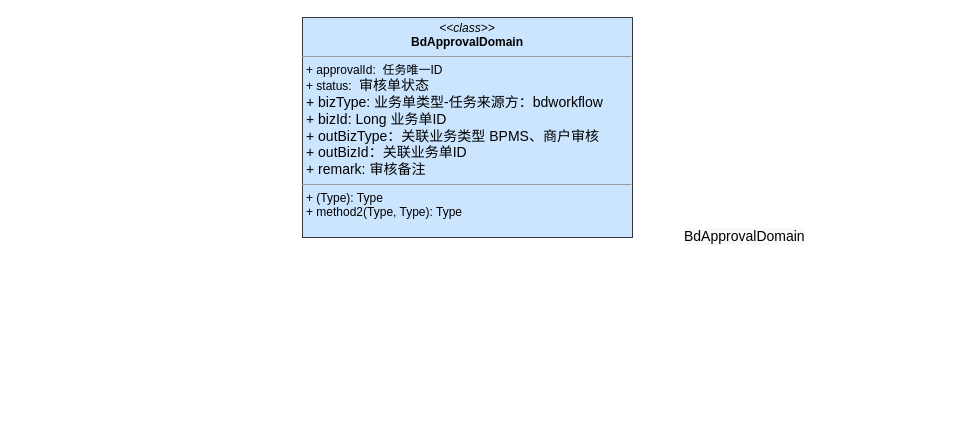
The draw.io diagram page "审批任务模型" (4 of 5) of 阶梯爆红包架构方案.drawio in jon-kong/draw.io, before the edit. Source tidied: cells renumbered, new cells numbered last; positions are measured from the earlier drawing's top-left corner, leaving out a move shared by most shapes. Both pictures are drawn from the tidied source at 100%, with x=0, y=0 at pixel (302, 17).
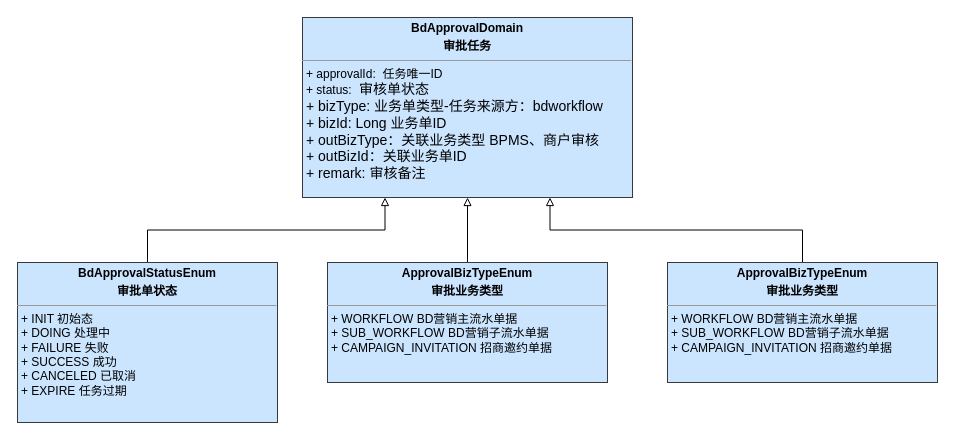
After the change.

Change to the diagram source:
```diff
@@
 <mxGraphModel>
   <root>
     <mxCell id="0" />
     <mxCell id="1" parent="0" />
-    <mxCell id="2" value="&lt;p style=&quot;margin:0px;margin-top:4px;text-align:center;&quot;&gt;&lt;i&gt;&amp;lt;&amp;lt;class&amp;gt;&amp;gt;&lt;/i&gt;&lt;br&gt;&lt;b&gt;BdApprovalDomain&lt;/b&gt;&lt;/p&gt;&lt;hr size=&quot;1&quot;&gt;&lt;p style=&quot;margin:0px;margin-left:4px;&quot;&gt;+ approvalId:&amp;nbsp; 任务唯一ID&lt;br&gt;+ status:&amp;nbsp;&lt;span style=&quot;font-family: &amp;quot;Fira Code Retina&amp;quot;; font-size: 10.5pt;&quot;&gt;&amp;nbsp;&lt;/span&gt;&lt;span style=&quot;font-family: &amp;quot;Fira Code Retina&amp;quot;; font-size: 10.5pt;&quot;&gt;审核单状态&lt;/span&gt;&lt;/p&gt;&lt;p style=&quot;margin:0px;margin-left:4px;&quot;&gt;&lt;span style=&quot;font-family: &amp;quot;Fira Code Retina&amp;quot;; font-size: 10.5pt;&quot;&gt;+ bizType:&amp;nbsp;&lt;/span&gt;&lt;span style=&quot;font-family: &amp;quot;Fira Code Retina&amp;quot;; font-size: 10.5pt;&quot;&gt;业务单类型-任务来源方：bdworkflow&lt;/span&gt;&lt;/p&gt;&lt;p style=&quot;margin:0px;margin-left:4px;&quot;&gt;&lt;span style=&quot;font-family: &amp;quot;Fira Code Retina&amp;quot;; font-size: 10.5pt;&quot;&gt;+ bizId: Long 业务单ID&lt;/span&gt;&lt;/p&gt;&lt;p style=&quot;margin:0px;margin-left:4px;&quot;&gt;&lt;span style=&quot;font-family: &amp;quot;Fira Code Retina&amp;quot;; font-size: 10.5pt;&quot;&gt;+ outBizType：关联业务类型 BPMS、商户审核&lt;/span&gt;&lt;/p&gt;&lt;p style=&quot;margin:0px;margin-left:4px;&quot;&gt;&lt;span style=&quot;font-family: &amp;quot;Fira Code Retina&amp;quot;; font-size: 10.5pt;&quot;&gt;+ outBizId：关联业务单ID&lt;/span&gt;&lt;/p&gt;&lt;p style=&quot;margin:0px;margin-left:4px;&quot;&gt;&lt;span style=&quot;font-family: &amp;quot;Fira Code Retina&amp;quot;; font-size: 10.5pt;&quot;&gt;+ remark: 审核备注&lt;/span&gt;&lt;/p&gt;&lt;hr size=&quot;1&quot;&gt;&lt;p style=&quot;margin:0px;margin-left:4px;&quot;&gt;+ (Type): Type&lt;br&gt;+ method2(Type, Type): Type&lt;/p&gt;" style="verticalAlign=top;align=left;overflow=fill;fontSize=12;fontFamily=Helvetica;html=1;rounded=0;fillColor=#cce5ff;strokeColor=#36393d;" parent="1" vertex="1">
-      <mxGeometry width="330" height="220" as="geometry" />
+    <mxCell id="2" value="&lt;p style=&quot;margin:0px;margin-top:4px;text-align:center;&quot;&gt;&lt;b&gt;BdApprovalDomain&lt;/b&gt;&lt;/p&gt;&lt;p style=&quot;margin:0px;margin-top:4px;text-align:center;&quot;&gt;&lt;b&gt;审批任务&lt;/b&gt;&lt;/p&gt;&lt;hr size=&quot;1&quot;&gt;&lt;p style=&quot;margin:0px;margin-left:4px;&quot;&gt;+ approvalId:&amp;nbsp; 任务唯一ID&lt;br&gt;+ status:&amp;nbsp;&lt;span style=&quot;font-family: &amp;quot;Fira Code Retina&amp;quot;; font-size: 10.5pt;&quot;&gt;&amp;nbsp;&lt;/span&gt;&lt;span style=&quot;font-family: &amp;quot;Fira Code Retina&amp;quot;; font-size: 10.5pt;&quot;&gt;审核单状态&lt;/span&gt;&lt;/p&gt;&lt;p style=&quot;margin:0px;margin-left:4px;&quot;&gt;&lt;span style=&quot;font-family: &amp;quot;Fira Code Retina&amp;quot;; font-size: 10.5pt;&quot;&gt;+ bizType:&amp;nbsp;&lt;/span&gt;&lt;span style=&quot;font-family: &amp;quot;Fira Code Retina&amp;quot;; font-size: 10.5pt;&quot;&gt;业务单类型-任务来源方：bdworkflow&lt;/span&gt;&lt;/p&gt;&lt;p style=&quot;margin:0px;margin-left:4px;&quot;&gt;&lt;span style=&quot;font-family: &amp;quot;Fira Code Retina&amp;quot;; font-size: 10.5pt;&quot;&gt;+ bizId: Long 业务单ID&lt;/span&gt;&lt;/p&gt;&lt;p style=&quot;margin:0px;margin-left:4px;&quot;&gt;&lt;span style=&quot;font-family: &amp;quot;Fira Code Retina&amp;quot;; font-size: 10.5pt;&quot;&gt;+ outBizType：关联业务类型 BPMS、商户审核&lt;/span&gt;&lt;/p&gt;&lt;p style=&quot;margin:0px;margin-left:4px;&quot;&gt;&lt;span style=&quot;font-family: &amp;quot;Fira Code Retina&amp;quot;; font-size: 10.5pt;&quot;&gt;+ outBizId：关联业务单ID&lt;/span&gt;&lt;/p&gt;&lt;p style=&quot;margin:0px;margin-left:4px;&quot;&gt;&lt;span style=&quot;font-family: &amp;quot;Fira Code Retina&amp;quot;; font-size: 10.5pt;&quot;&gt;+ remark: 审核备注&lt;/span&gt;&lt;/p&gt;&lt;p style=&quot;margin:0px;margin-left:4px;&quot;&gt;&lt;br&gt;&lt;/p&gt;" style="verticalAlign=top;align=left;overflow=fill;fontSize=12;fontFamily=Helvetica;html=1;rounded=0;fillColor=#cce5ff;strokeColor=#36393d;" parent="1" vertex="1">
+      <mxGeometry width="330" height="180" as="geometry" />
     </mxCell>
-    <mxCell id="3" value="&lt;pre style=&quot;background-color:#f9f9f9;color:#000000;font-family:'Fira Code Retina';font-size:10.5pt;&quot;&gt;BdApprovalDomain&lt;/pre&gt;" style="text;whiteSpace=wrap;html=1;" parent="1" vertex="1">
-      <mxGeometry x="380" y="190" width="160" height="70" as="geometry" />
-    </mxCell>
+    <mxCell id="4" style="edgeStyle=orthogonalEdgeStyle;rounded=0;jettySize=auto;html=1;exitX=0.5;exitY=0;exitDx=0;exitDy=0;entryX=0.25;entryY=1;entryDx=0;entryDy=0;endArrow=block;endFill=0;" parent="1" edge="1" source="5" target="2">
+      <mxGeometry relative="1" as="geometry" />
+    </mxCell>
+    <mxCell id="5" value="&lt;p style=&quot;margin:0px;margin-top:4px;text-align:center;&quot;&gt;&lt;b&gt;BdApprovalStatusEnum&lt;/b&gt;&lt;/p&gt;&lt;p style=&quot;margin:0px;margin-top:4px;text-align:center;&quot;&gt;&lt;b&gt;审批单状态&lt;/b&gt;&lt;/p&gt;&lt;hr size=&quot;1&quot;&gt;&lt;p style=&quot;margin:0px;margin-left:4px;&quot;&gt;+ INIT 初始态&lt;/p&gt;&lt;p style=&quot;margin:0px;margin-left:4px;&quot;&gt;+ DOING 处理中&lt;/p&gt;&lt;p style=&quot;margin:0px;margin-left:4px;&quot;&gt;+ FAILURE 失败&lt;/p&gt;&lt;p style=&quot;margin:0px;margin-left:4px;&quot;&gt;+ SUCCESS 成功&lt;/p&gt;&lt;p style=&quot;margin:0px;margin-left:4px;&quot;&gt;+ CANCELED 已取消&lt;/p&gt;&lt;p style=&quot;margin:0px;margin-left:4px;&quot;&gt;+ EXPIRE 任务过期&lt;/p&gt;" style="verticalAlign=top;align=left;overflow=fill;fontSize=12;fontFamily=Helvetica;html=1;rounded=0;fillColor=#cce5ff;strokeColor=#36393d;" parent="1" vertex="1">
+      <mxGeometry x="-285" y="245" width="260" height="160" as="geometry" />
+    </mxCell>
+    <mxCell id="6" style="edgeStyle=orthogonalEdgeStyle;rounded=0;jettySize=auto;html=1;exitX=0.5;exitY=0;exitDx=0;exitDy=0;entryX=0.75;entryY=1;entryDx=0;entryDy=0;endArrow=block;endFill=0;" parent="1" edge="1" source="7" target="2">
+      <mxGeometry relative="1" as="geometry" />
+    </mxCell>
+    <mxCell id="7" value="&lt;p style=&quot;margin:0px;margin-top:4px;text-align:center;&quot;&gt;&lt;b&gt;ApprovalBizTypeEnum&lt;/b&gt;&lt;/p&gt;&lt;p style=&quot;margin:0px;margin-top:4px;text-align:center;&quot;&gt;&lt;b&gt;审批业务类型&lt;/b&gt;&lt;/p&gt;&lt;hr size=&quot;1&quot;&gt;&lt;p style=&quot;margin:0px;margin-left:4px;&quot;&gt;+ WORKFLOW BD营销主流水单据&lt;/p&gt;&lt;p style=&quot;margin:0px;margin-left:4px;&quot;&gt;+ SUB_WORKFLOW BD营销子流水单据&lt;/p&gt;&lt;p style=&quot;margin:0px;margin-left:4px;&quot;&gt;+ CAMPAIGN_INVITATION 招商邀约单据&lt;/p&gt;" style="verticalAlign=top;align=left;overflow=fill;fontSize=12;fontFamily=Helvetica;html=1;rounded=0;fillColor=#cce5ff;strokeColor=#36393d;" parent="1" vertex="1">
+      <mxGeometry x="365" y="245" width="270" height="120" as="geometry" />
+    </mxCell>
+    <mxCell id="8" style="edgeStyle=orthogonalEdgeStyle;rounded=0;jettySize=auto;html=1;exitX=0.5;exitY=0;exitDx=0;exitDy=0;entryX=0.5;entryY=1;entryDx=0;entryDy=0;endArrow=block;endFill=0;" parent="1" edge="1" source="9" target="2">
+      <mxGeometry relative="1" as="geometry" />
+    </mxCell>
+    <mxCell id="9" value="&lt;p style=&quot;margin:0px;margin-top:4px;text-align:center;&quot;&gt;&lt;b&gt;ApprovalBizTypeEnum&lt;/b&gt;&lt;/p&gt;&lt;p style=&quot;margin:0px;margin-top:4px;text-align:center;&quot;&gt;&lt;b&gt;审批业务类型&lt;/b&gt;&lt;/p&gt;&lt;hr size=&quot;1&quot;&gt;&lt;p style=&quot;margin:0px;margin-left:4px;&quot;&gt;+ WORKFLOW BD营销主流水单据&lt;/p&gt;&lt;p style=&quot;margin:0px;margin-left:4px;&quot;&gt;+ SUB_WORKFLOW BD营销子流水单据&lt;/p&gt;&lt;p style=&quot;margin:0px;margin-left:4px;&quot;&gt;+ CAMPAIGN_INVITATION 招商邀约单据&lt;/p&gt;" style="verticalAlign=top;align=left;overflow=fill;fontSize=12;fontFamily=Helvetica;html=1;rounded=0;fillColor=#cce5ff;strokeColor=#36393d;" parent="1" vertex="1">
+      <mxGeometry x="25" y="245" width="280" height="120" as="geometry" />
+    </mxCell>
   </root>
 </mxGraphModel>
```
